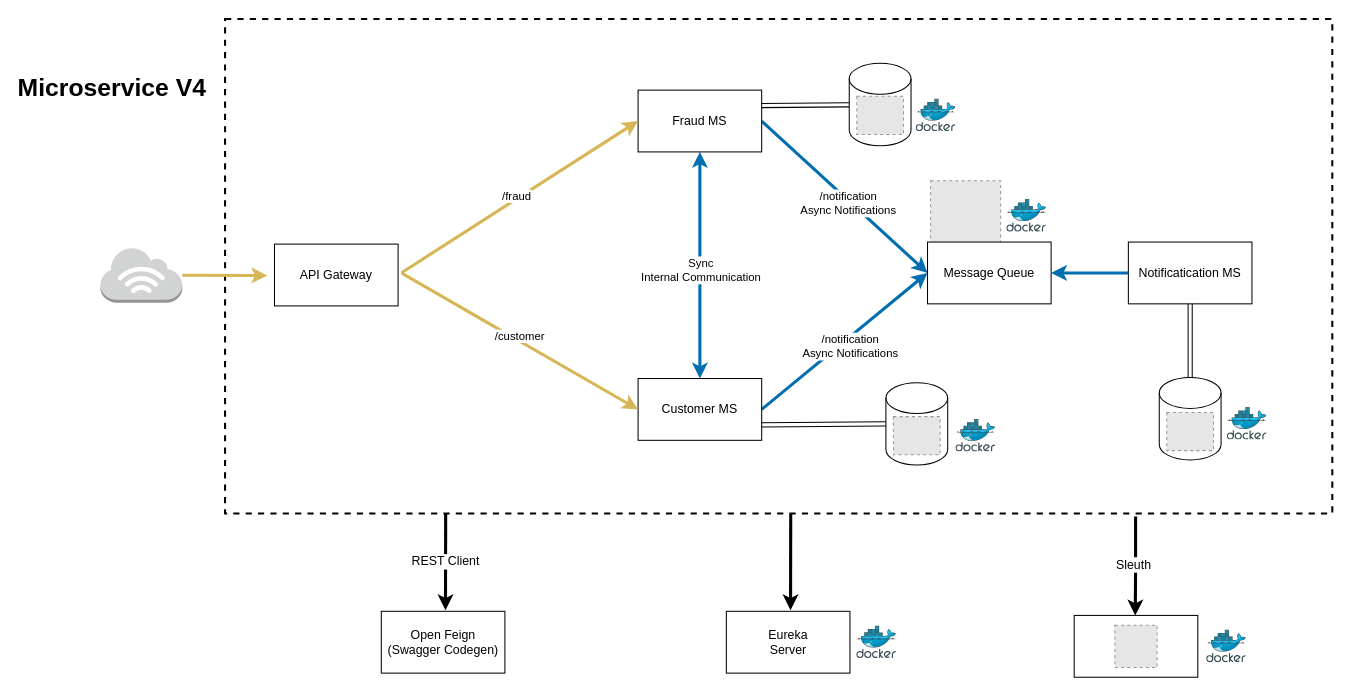
Above: page "Main" (1 of 9) of files/MicroserviceV4.drawio in ricardorqr/microserviceV4 (draw.io), before the change. Source tidied: cells renumbered, new cells numbered last; positions are measured from the earlier drawing's top-left corner, leaving out a move shared by most shapes. Both pictures are drawn from the tidied source at 103%, with x=0, y=0 at pixel (60, 19). Pictures stored in the file or linked from it are replaced by grey dashed boxes.
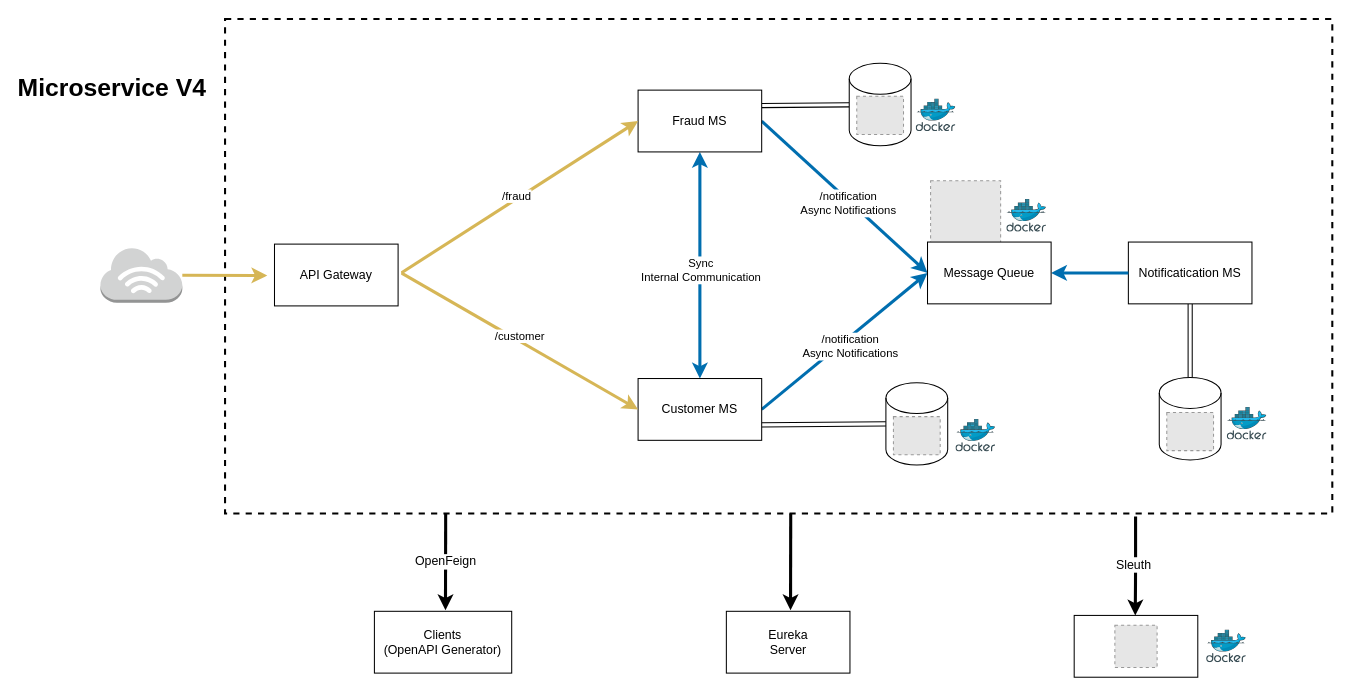
The same page after the edit.

The change refers to these unchanged cells:
```xml
<mxCell id="30" style="edgeStyle=none;html=1;startArrow=classic;startFill=1;endArrow=none;endFill=0;strokeWidth=3;entryX=0.332;entryY=1.002;entryDx=0;entryDy=0;entryPerimeter=0;" parent="1" edge="1">
  <mxGeometry relative="1" as="geometry">
    <mxPoint x="374" y="574" as="sourcePoint" />
    <mxPoint x="374.2" y="480" as="targetPoint" />
  </mxGeometry>
</mxCell>
```

What changed in the source:
```diff
@@
-    <mxCell id="29" value="Open Feign&lt;br&gt;(Swagger Codegen)" style="rounded=0;whiteSpace=wrap;html=1;" parent="1" vertex="1">
-      <mxGeometry x="311.7" y="575" width="120" height="60" as="geometry" />
+    <mxCell id="29" value="Clients&lt;br&gt;(OpenAPI Generator)" style="rounded=0;whiteSpace=wrap;html=1;" parent="1" vertex="1">
+      <mxGeometry x="305" y="575" width="133.3" height="60" as="geometry" />
     </mxCell>
@@
-    <mxCell id="31" value="&lt;font style=&quot;font-size: 12px&quot;&gt;REST Client&lt;/font&gt;" style="edgeLabel;html=1;align=center;verticalAlign=middle;" parent="30" vertex="1">
+    <mxCell id="31" value="&lt;font style=&quot;font-size: 12px&quot;&gt;OpenFeign&lt;/font&gt;" style="edgeLabel;html=1;align=center;verticalAlign=middle;" parent="30" vertex="1">
       <mxGeometry x="0.21" relative="1" as="geometry">
         <mxPoint x="-1" y="9" as="offset" />
       </mxGeometry>
     </mxCell>
@@
-    <mxCell id="47" style="html=1;align=center;image;fontSize=12;image=img/lib/mscae/Docker.svg;strokeColor=#000000;strokeWidth=0;fillColor=none;" parent="1" vertex="1">
-      <mxGeometry x="773.3" y="589.2" width="38.6" height="31.7" as="geometry" />
-    </mxCell>
```
